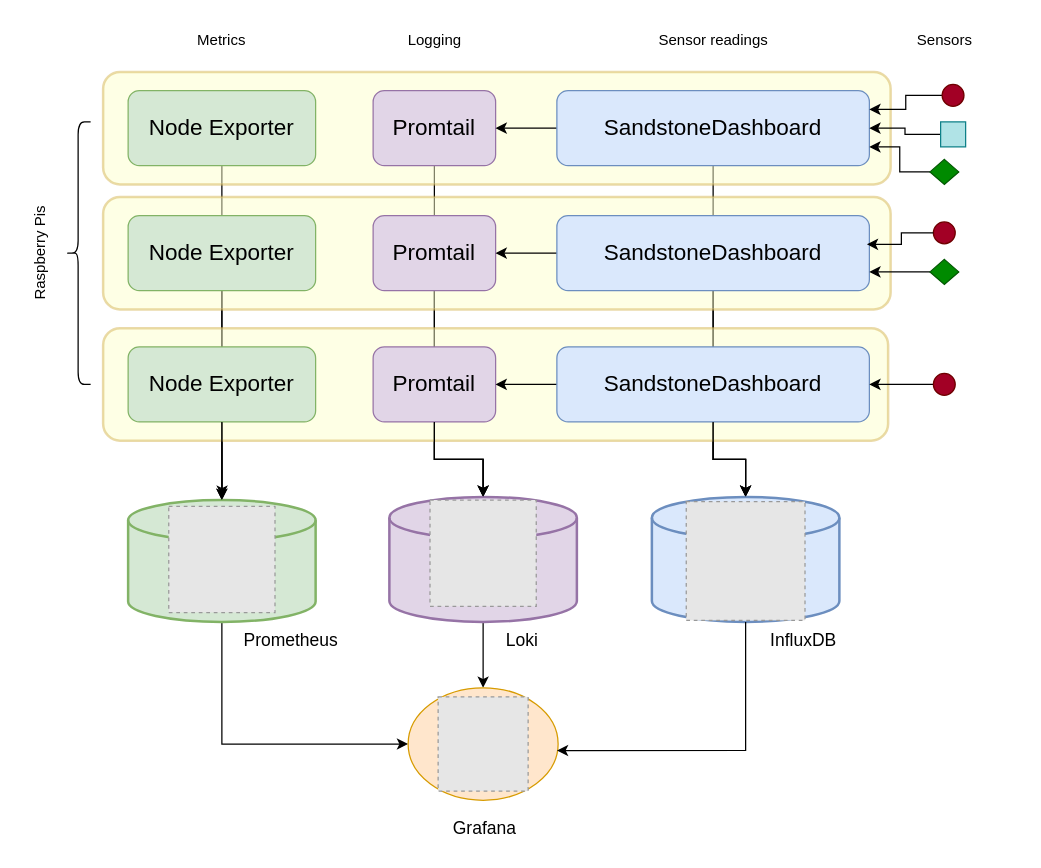
Above: images_diagrams/monitoring_stack.drawio in vulture2600/SandstoneDashboard (draw.io), before the change. Source tidied: cells renumbered, new cells numbered last; positions are measured from the earlier drawing's top-left corner, leaving out a move shared by most shapes. Both pictures are drawn from the tidied source at 125%, with x=0, y=0 at pixel (-22, 21). Pictures stored in the file or linked from it are replaced by grey dashed boxes.
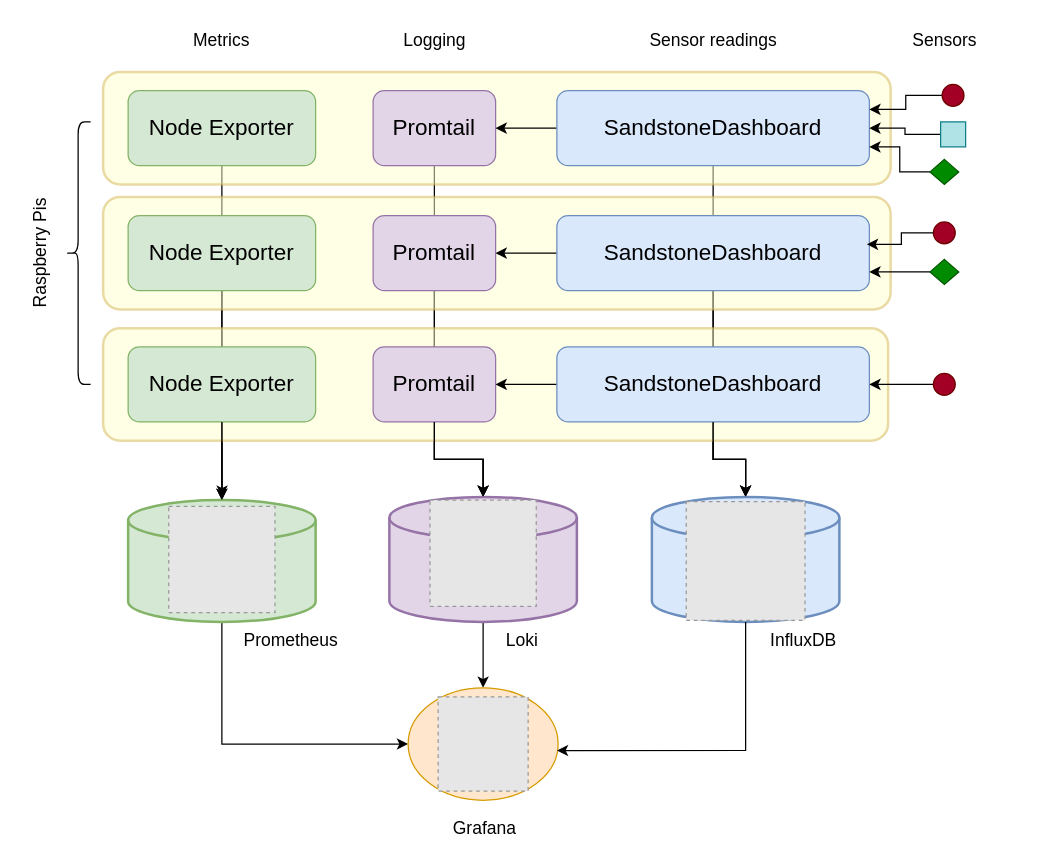
The same page after the edit.

Commit message (it also covers changes not shown here):
Increase font size in monitoring stack diagram

Change to the diagram source:
```diff
@@
-    <mxCell id="19" value="&lt;font style=&quot;font-size: 12px;&quot;&gt;Logging&lt;/font&gt;" style="text;html=1;align=center;verticalAlign=middle;whiteSpace=wrap;rounded=0;" parent="1" vertex="1">
+    <mxCell id="19" value="&lt;font&gt;Logging&lt;/font&gt;" style="text;html=1;align=center;verticalAlign=middle;whiteSpace=wrap;rounded=0;fontSize=14;" parent="1" vertex="1">
       <mxGeometry x="335.5" width="59" height="30" as="geometry" />
     </mxCell>
-    <mxCell id="20" value="&lt;font style=&quot;font-size: 12px;&quot;&gt;Metrics&lt;/font&gt;" style="text;html=1;align=center;verticalAlign=middle;whiteSpace=wrap;rounded=0;" parent="1" vertex="1">
+    <mxCell id="20" value="&lt;font&gt;Metrics&lt;/font&gt;" style="text;html=1;align=center;verticalAlign=middle;whiteSpace=wrap;rounded=0;fontSize=14;" parent="1" vertex="1">
       <mxGeometry x="165" width="60" height="30" as="geometry" />
     </mxCell>
-    <mxCell id="21" value="&lt;font style=&quot;font-size: 12px;&quot;&gt;Sensor readings&lt;/font&gt;" style="text;html=1;align=center;verticalAlign=middle;whiteSpace=wrap;rounded=0;" parent="1" vertex="1">
+    <mxCell id="21" value="&lt;font&gt;Sensor readings&lt;/font&gt;" style="text;html=1;align=center;verticalAlign=middle;whiteSpace=wrap;rounded=0;fontSize=14;" parent="1" vertex="1">
       <mxGeometry x="527.5" width="121" height="30" as="geometry" />
     </mxCell>
@@
-    <mxCell id="27" value="&lt;font style=&quot;font-size: 12px;&quot;&gt;Raspberry Pis&lt;/font&gt;" style="text;html=1;align=center;verticalAlign=middle;whiteSpace=wrap;rounded=0;rotation=270;" parent="1" vertex="1">
+    <mxCell id="27" value="&lt;font&gt;Raspberry Pis&lt;/font&gt;" style="text;html=1;align=center;verticalAlign=middle;whiteSpace=wrap;rounded=0;rotation=270;fontSize=14;" parent="1" vertex="1">
       <mxGeometry y="170" width="100" height="30" as="geometry" />
     </mxCell>
@@
-    <mxCell id="50" value="&lt;font style=&quot;font-size: 12px;&quot;&gt;Sensors&lt;/font&gt;" style="text;html=1;align=center;verticalAlign=middle;whiteSpace=wrap;rounded=0;" parent="1" vertex="1">
+    <mxCell id="50" value="&lt;font&gt;Sensors&lt;/font&gt;" style="text;html=1;align=center;verticalAlign=middle;whiteSpace=wrap;rounded=0;fontSize=14;" parent="1" vertex="1">
       <mxGeometry x="712.5" width="121" height="30" as="geometry" />
     </mxCell>
```
